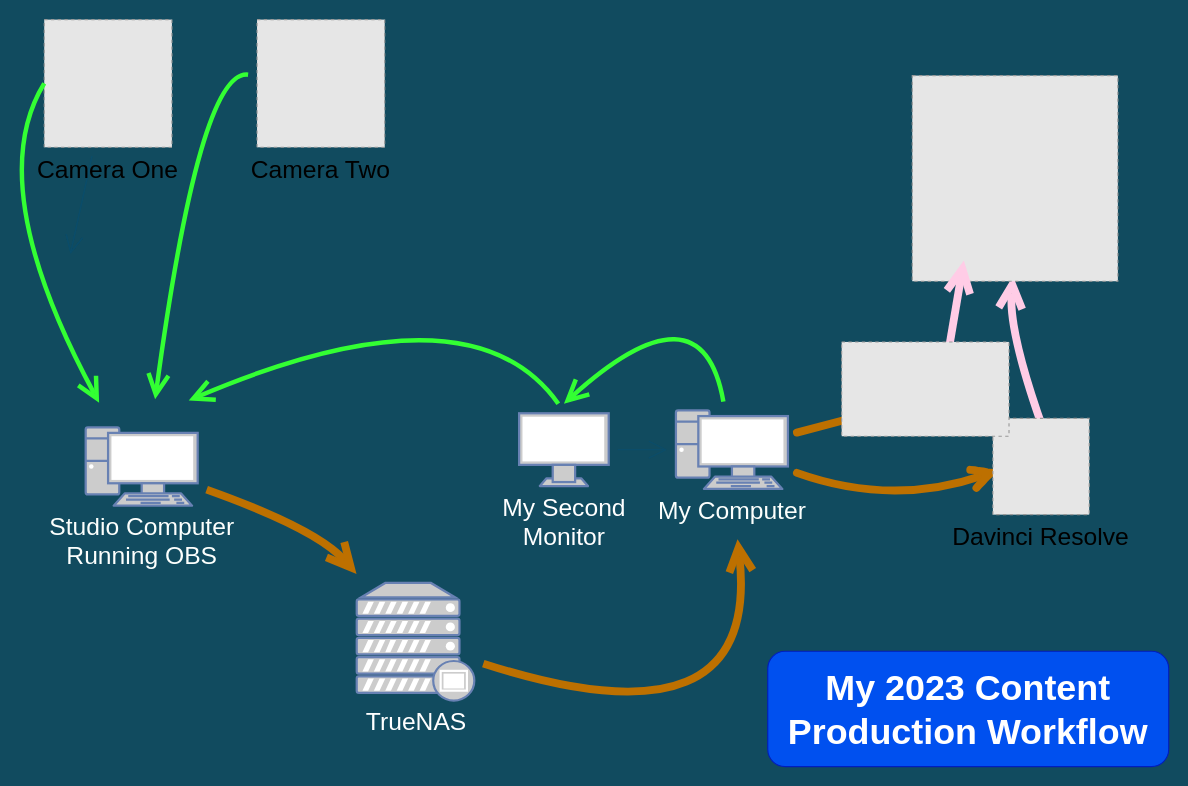
Above: Editing_Workflow.drawio in lawrencesystems/Draw_IO_Diagrams (draw.io), before the change. Source tidied: cells renumbered, new cells numbered last; positions are measured from the earlier drawing's top-left corner, leaving out a move shared by most shapes. Both pictures are drawn from the tidied source at 112%, with x=0, y=0 at pixel (-19, 19). Pictures stored in the file or linked from it are replaced by grey dashed boxes.
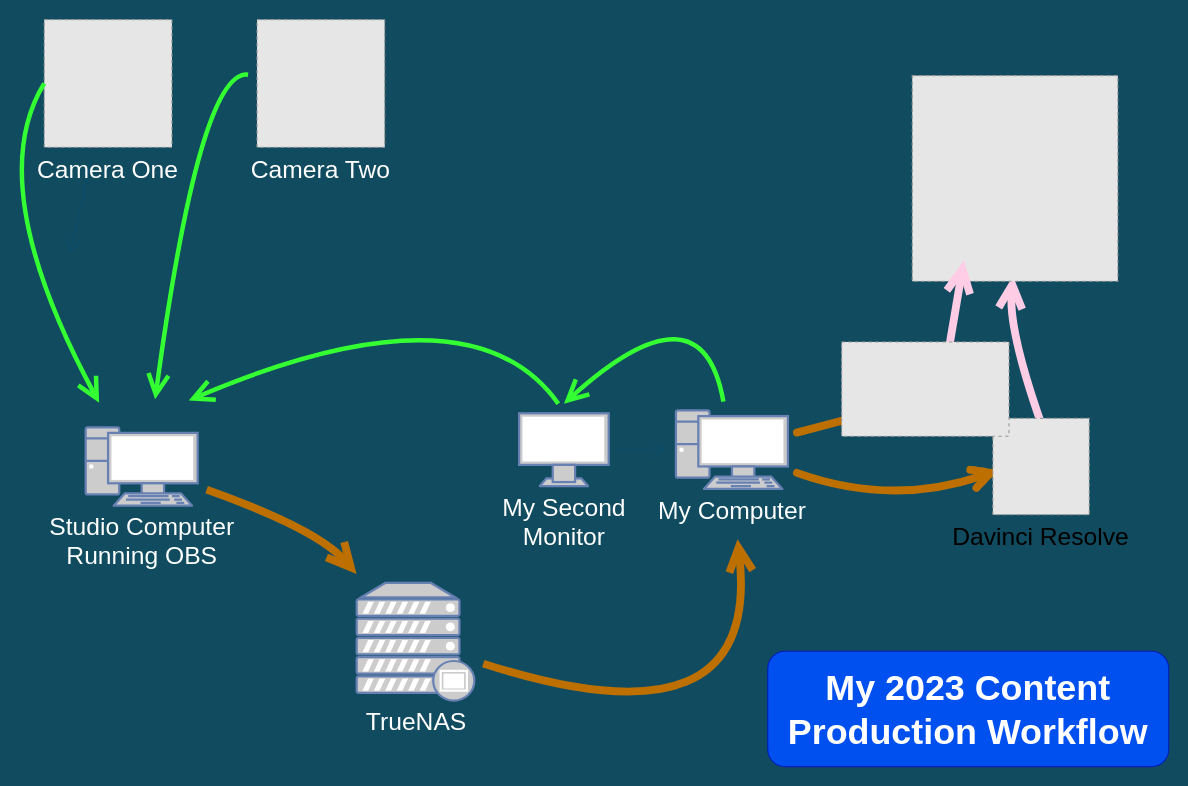
The same diagram, later.

The edit, as a diff of the source:
```diff
@@
-    <mxCell id="8" value="Camera One" style="fillColor=#E6E6E6;strokeColor=#999999;dashed=1;verticalLabelPosition=bottom;labelBackgroundColor=none;verticalAlign=top;fontSize=22;" parent="1" vertex="1">
+    <mxCell id="8" value="Camera One" style="fillColor=#E6E6E6;strokeColor=#999999;dashed=1;verticalLabelPosition=bottom;labelBackgroundColor=none;verticalAlign=top;fontSize=22;fontColor=#FFFFFF;" parent="1" vertex="1">
       <mxGeometry x="56" width="114" height="114" as="geometry" />
     </mxCell>
-    <mxCell id="9" value="Camera Two" style="fillColor=#E6E6E6;strokeColor=#999999;dashed=1;verticalLabelPosition=bottom;labelBackgroundColor=none;verticalAlign=top;fontSize=22;" parent="1" vertex="1">
+    <mxCell id="9" value="Camera Two" style="fillColor=#E6E6E6;strokeColor=#999999;dashed=1;verticalLabelPosition=bottom;labelBackgroundColor=none;verticalAlign=top;fontSize=22;fontColor=#FFFFFF;" parent="1" vertex="1">
       <mxGeometry x="246" width="114" height="114" as="geometry" />
     </mxCell>
```
